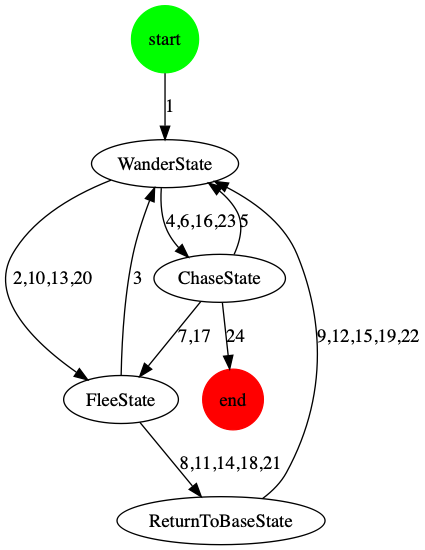
Before: example/dot_graph.png, a diagram exported from Graphviz (austingebauer/fsm-go). Its source is kept beside it as example/dot_graph.gv. Its diagram source:
```dot
strict digraph stategraph {
	start [shape="circle", color="green", style="filled"]
	end [shape="circle", color="red", style="filled"]
	start -> WanderState [label="1"]
	WanderState -> FleeState [label="2,10,13,20"]
	WanderState -> ChaseState [label="4,6,16,23"]
	FleeState -> WanderState [label="3"]
	FleeState -> ReturnToBaseState [label="8,11,14,18,21"]
	ChaseState -> WanderState [label="5"]
	ChaseState -> FleeState [label="7,17"]
	ChaseState -> end [label="24"]
	ReturnToBaseState -> WanderState [label="9,12,15,19,22"]
}
```
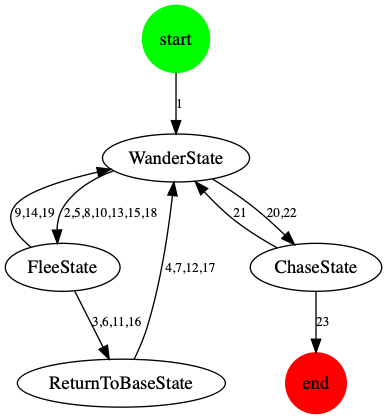
The same file after the commit.

Commit message:
docs: update example of dot_graph.gv and generated diagram

The edit, as a diff of the source:
```diff
@@ -1,13 +1,12 @@
 strict digraph stategraph {
 	start [shape="circle", color="green", style="filled"]
 	end [shape="circle", color="red", style="filled"]
-	start -> WanderState [label="1"]
-	WanderState -> FleeState [label="2,10,13,20"]
-	WanderState -> ChaseState [label="4,6,16,23"]
-	FleeState -> WanderState [label="3"]
-	FleeState -> ReturnToBaseState [label="8,11,14,18,21"]
-	ChaseState -> WanderState [label="5"]
-	ChaseState -> FleeState [label="7,17"]
-	ChaseState -> end [label="24"]
-	ReturnToBaseState -> WanderState [label="9,12,15,19,22"]
+	start -> WanderState [label="1",fontsize=10]
+	WanderState -> FleeState [label="2,5,8,10,13,15,18",fontsize=10]
+	WanderState -> ChaseState [label="20,22",fontsize=10]
+	FleeState -> ReturnToBaseState [label="3,6,11,16",fontsize=10]
+	FleeState -> WanderState [label="9,14,19",fontsize=10]
+	ReturnToBaseState -> WanderState [label="4,7,12,17",fontsize=10]
+	ChaseState -> WanderState [label="21",fontsize=10]
+	ChaseState -> end [label="23",fontsize=10]
 }
```
